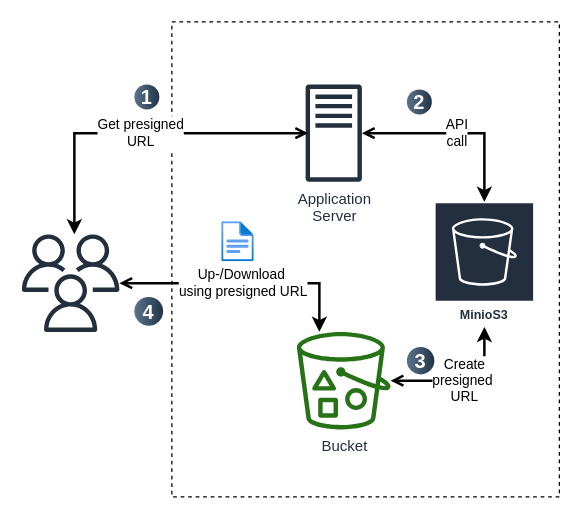
Above: docs/drawio/s3.drawio in CNAG-Biomedical-Informatics/omicsdm-documentation (draw.io), before the change. Source tidied: cells renumbered, new cells numbered last; positions are measured from the earlier drawing's top-left corner, leaving out a move shared by most shapes. Both pictures are drawn from the tidied source at 125%, with x=0, y=0 at pixel (21, 21).
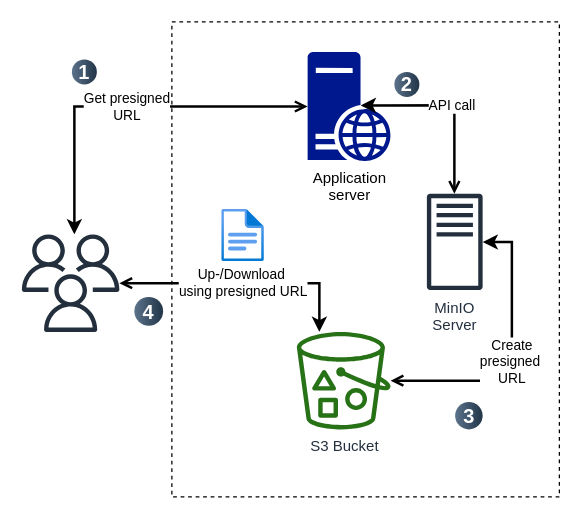
The same page after the edit.

The change refers to these unchanged cells:
```xml
<mxCell id="2" style="rounded=0;whiteSpace=wrap;html=1;labelBackgroundColor=none;fillColor=none;dashed=1;" parent="1" vertex="1">
  <mxGeometry x="120" width="310" height="380" as="geometry" />
</mxCell>
```

Diff of the diagram source:
```diff
@@
-    <mxCell id="3" value="Bucket" style="outlineConnect=0;fontColor=#232F3E;gradientColor=none;fillColor=#277116;strokeColor=none;dashed=0;verticalLabelPosition=bottom;verticalAlign=top;align=center;html=1;fontSize=12;fontStyle=0;shape=mxgraph.aws4.bucket_with_objects;labelBackgroundColor=#ffffff;" parent="2" vertex="1">
+    <mxCell id="3" value="S3 Bucket" style="outlineConnect=0;fontColor=#232F3E;gradientColor=none;fillColor=#277116;strokeColor=none;dashed=0;verticalLabelPosition=bottom;verticalAlign=top;align=center;html=1;fontSize=12;fontStyle=0;shape=mxgraph.aws4.bucket_with_objects;labelBackgroundColor=#ffffff;" parent="2" vertex="1">
       <mxGeometry x="100" y="248" width="75" height="78" as="geometry" />
     </mxCell>
+    <mxCell id="6" style="image;html=1;align=center;fontSize=12;image=img/lib/azure2/general/File.svg;" parent="2" vertex="1">
+      <mxGeometry x="40" y="150" width="34.1" height="42" as="geometry" />
+    </mxCell>
+    <mxCell id="9" value="2" style="ellipse;whiteSpace=wrap;html=1;rotation=0;gradientColor=#223548;strokeColor=none;gradientDirection=east;fillColor=#5b738b;rounded=0;fontFamily=Helvetica;fontSize=16;fontColor=#FFFFFF;spacingTop=4;spacingBottom=4;spacingLeft=4;spacingRight=4;fontStyle=1;" parent="2" vertex="1">
+      <mxGeometry x="178" y="40" width="20" height="20" as="geometry" />
+    </mxCell>
+    <mxCell id="10" value="3" style="ellipse;whiteSpace=wrap;html=1;rotation=0;gradientColor=#223548;strokeColor=none;gradientDirection=east;fillColor=#5b738b;rounded=0;fontFamily=Helvetica;fontSize=16;fontColor=#FFFFFF;spacingTop=4;spacingBottom=4;spacingLeft=4;spacingRight=4;fontStyle=1;" parent="2" vertex="1">
+      <mxGeometry x="226.6" y="304" width="22" height="22" as="geometry" />
+    </mxCell>
+    <mxCell id="18" value="&lt;div&gt;Application&lt;/div&gt;&lt;div&gt;server&lt;br&gt;&lt;/div&gt;" style="sketch=0;shadow=0;dashed=0;html=1;strokeColor=none;labelPosition=center;verticalLabelPosition=bottom;verticalAlign=top;align=center;fillColor=#00188D;shape=mxgraph.mscae.enterprise.web_server;" parent="2" vertex="1">
+      <mxGeometry x="108.6" y="24" width="66.4" height="87.4" as="geometry" />
+    </mxCell>
-    <mxCell id="4" value="Application&lt;br&gt;Server" style="sketch=0;outlineConnect=0;fontColor=#232F3E;gradientColor=none;fillColor=#232F3D;strokeColor=none;dashed=0;verticalLabelPosition=bottom;verticalAlign=top;align=center;html=1;fontSize=12;fontStyle=0;shape=mxgraph.aws4.traditional_server;labelBackgroundColor=#FFFFFF;" parent="2" vertex="1">
-      <mxGeometry x="107" y="50" width="45" height="78" as="geometry" />
+    <mxCell id="4" value="&lt;div&gt;MinIO&lt;/div&gt;&lt;div&gt;Server&lt;br&gt;&lt;/div&gt;" style="sketch=0;outlineConnect=0;fontColor=#232F3E;gradientColor=none;fillColor=#232F3D;strokeColor=none;dashed=0;verticalLabelPosition=bottom;verticalAlign=top;align=center;html=1;fontSize=12;fontStyle=0;shape=mxgraph.aws4.traditional_server;labelBackgroundColor=#FFFFFF;" parent="2" vertex="1">
+      <mxGeometry x="204" y="137.4" width="44.6" height="77.3" as="geometry" />
     </mxCell>
-    <mxCell id="5" value="MinioS3" style="sketch=0;outlineConnect=0;fontColor=#232F3E;gradientColor=none;strokeColor=#ffffff;fillColor=#232F3E;dashed=0;verticalLabelPosition=middle;verticalAlign=bottom;align=center;html=1;whiteSpace=wrap;fontSize=10;fontStyle=1;spacing=3;shape=mxgraph.aws4.productIcon;prIcon=mxgraph.aws4.s3;" parent="2" vertex="1">
-      <mxGeometry x="210" y="144" width="80" height="100" as="geometry" />
-    </mxCell>
-    <mxCell id="6" style="image;html=1;align=center;fontSize=12;image=img/lib/azure2/general/File.svg;" parent="2" vertex="1">
-      <mxGeometry x="40" y="160" width="26" height="32" as="geometry" />
-    </mxCell>
-    <mxCell id="7" value="Create&lt;br&gt;presigned&amp;nbsp;&lt;br&gt;URL" style="edgeStyle=orthogonalEdgeStyle;rounded=0;jettySize=auto;html=1;endArrow=open;endFill=0;strokeWidth=2;startArrow=classic;startFill=1;" parent="2" edge="1" source="5" target="3">
+    <mxCell id="7" value="Create&lt;br&gt;presigned&amp;nbsp;&lt;br&gt;URL" style="edgeStyle=orthogonalEdgeStyle;rounded=0;jettySize=auto;html=1;endArrow=open;endFill=0;strokeWidth=2;startArrow=classic;startFill=1;" parent="2" edge="1" source="4" target="3">
       <mxGeometry relative="1" as="geometry">
         <Array as="points">
+          <mxPoint x="272" y="290" />
+          <mxPoint x="250" y="290" />
           <mxPoint x="250" y="287" />
         </Array>
       </mxGeometry>
     </mxCell>
-    <mxCell id="8" value="API &lt;br&gt;call" style="edgeStyle=orthogonalEdgeStyle;rounded=0;jettySize=auto;html=1;endArrow=open;endFill=0;strokeWidth=2;startArrow=classic;startFill=1;" parent="2" edge="1" source="5" target="4">
+    <mxCell id="8" value="API call" style="edgeStyle=orthogonalEdgeStyle;rounded=0;jettySize=auto;html=1;endArrow=open;endFill=0;strokeWidth=2;startArrow=classic;startFill=1;exitX=0.64;exitY=0.49;exitDx=0;exitDy=0;exitPerimeter=0;" parent="2" edge="1" source="18" target="4">
       <mxGeometry relative="1" as="geometry">
         <Array as="points">
-          <mxPoint x="250" y="89" />
+          <mxPoint x="226" y="67" />
         </Array>
       </mxGeometry>
     </mxCell>
-    <mxCell id="9" value="2" style="ellipse;whiteSpace=wrap;html=1;rotation=0;gradientColor=#223548;strokeColor=none;gradientDirection=east;fillColor=#5b738b;rounded=0;fontFamily=Helvetica;fontSize=16;fontColor=#FFFFFF;spacingTop=4;spacingBottom=4;spacingLeft=4;spacingRight=4;fontStyle=1;" parent="2" vertex="1">
-      <mxGeometry x="188" y="54" width="20" height="20" as="geometry" />
-    </mxCell>
-    <mxCell id="10" value="3" style="ellipse;whiteSpace=wrap;html=1;rotation=0;gradientColor=#223548;strokeColor=none;gradientDirection=east;fillColor=#5b738b;rounded=0;fontFamily=Helvetica;fontSize=16;fontColor=#FFFFFF;spacingTop=4;spacingBottom=4;spacingLeft=4;spacingRight=4;fontStyle=1;" parent="2" vertex="1">
-      <mxGeometry x="188" y="260" width="22" height="22" as="geometry" />
-    </mxCell>
+    <mxCell id="13" value="Get presigned &lt;br&gt;URL" style="edgeStyle=orthogonalEdgeStyle;rounded=0;jettySize=auto;html=1;endArrow=open;endFill=0;strokeWidth=2;startArrow=classic;startFill=1;entryX=0;entryY=0.5;entryDx=0;entryDy=0;entryPerimeter=0;" parent="2" edge="1" target="18">
+      <mxGeometry relative="1" as="geometry">
+        <mxPoint x="-78" y="170" as="sourcePoint" />
+        <Array as="points">
+          <mxPoint x="-78" y="68" />
+        </Array>
+      </mxGeometry>
+    </mxCell>
@@
-    <mxCell id="13" value="Get presigned &lt;br&gt;URL" style="edgeStyle=orthogonalEdgeStyle;rounded=0;orthogonalLoop=1;jettySize=auto;html=1;endArrow=open;endFill=0;strokeWidth=2;startArrow=classic;startFill=1;" parent="1" edge="1">
-      <mxGeometry relative="1" as="geometry">
-        <mxPoint x="42" y="170" as="sourcePoint" />
-        <mxPoint x="229" y="89" as="targetPoint" />
-        <Array as="points">
-          <mxPoint x="42" y="89" />
-        </Array>
-      </mxGeometry>
-    </mxCell>
@@
     <mxCell id="15" value="1" style="ellipse;whiteSpace=wrap;html=1;rotation=0;gradientColor=#223548;strokeColor=none;gradientDirection=east;fillColor=#5b738b;rounded=0;fontFamily=Helvetica;fontSize=16;fontColor=#FFFFFF;spacingTop=4;spacingBottom=4;spacingLeft=4;spacingRight=4;fontStyle=1;" parent="1" vertex="1">
-      <mxGeometry x="90" y="50" width="20" height="20" as="geometry" />
+      <mxGeometry x="40" y="30" width="20" height="20" as="geometry" />
     </mxCell>
```
